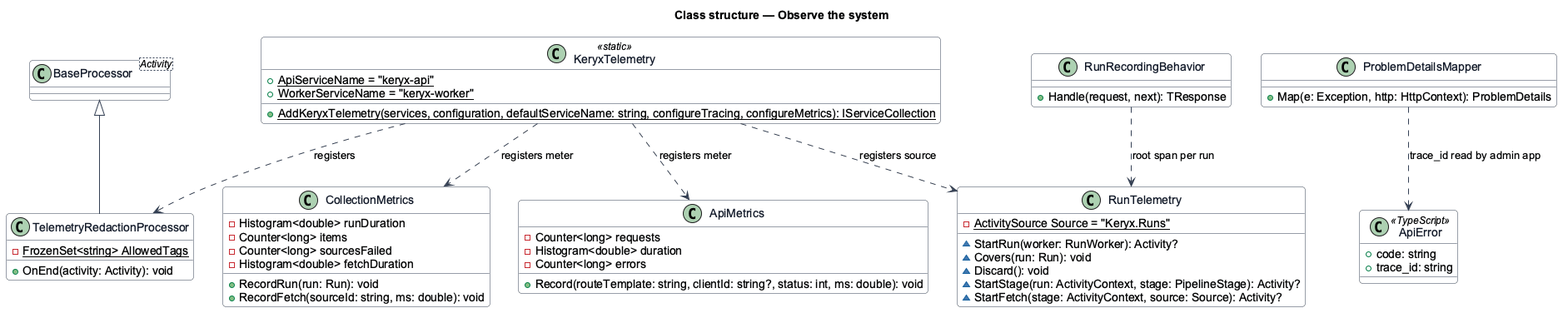
Above: docs/detailed-designs/operations/observe-the-system/diagrams/class-structure.png in QuinntyneBrown/keryx (PlantUML), before the change.
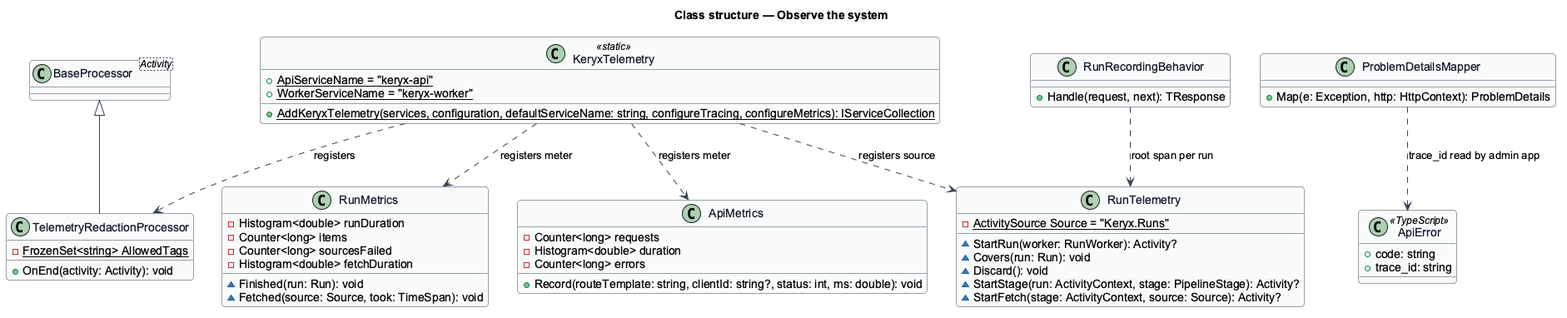
After the change.

Diff of the diagram source:
```diff
@@ -31,13 +31,13 @@
 class RunRecordingBehavior {
   +Handle(request, next): TResponse
 }
-class CollectionMetrics {
+class RunMetrics {
   -Histogram<double> runDuration
   -Counter<long> items
   -Counter<long> sourcesFailed
   -Histogram<double> fetchDuration
-  +RecordRun(run: Run): void
-  +RecordFetch(sourceId: string, ms: double): void
+  ~Finished(run: Run): void
+  ~Fetched(source: Source, took: TimeSpan): void
 }
 class ApiMetrics {
   -Counter<long> requests
@@ -58,7 +58,7 @@
 KeryxTelemetry ..> TelemetryRedactionProcessor : registers
 KeryxTelemetry ..> RunTelemetry : registers source
 RunRecordingBehavior ..> RunTelemetry : root span per run
-KeryxTelemetry ..> CollectionMetrics : registers meter
+KeryxTelemetry ..> RunMetrics : registers meter
 KeryxTelemetry ..> ApiMetrics : registers meter
 ProblemDetailsMapper ..> ApiError : trace_id read by admin app
 @enduml
```
